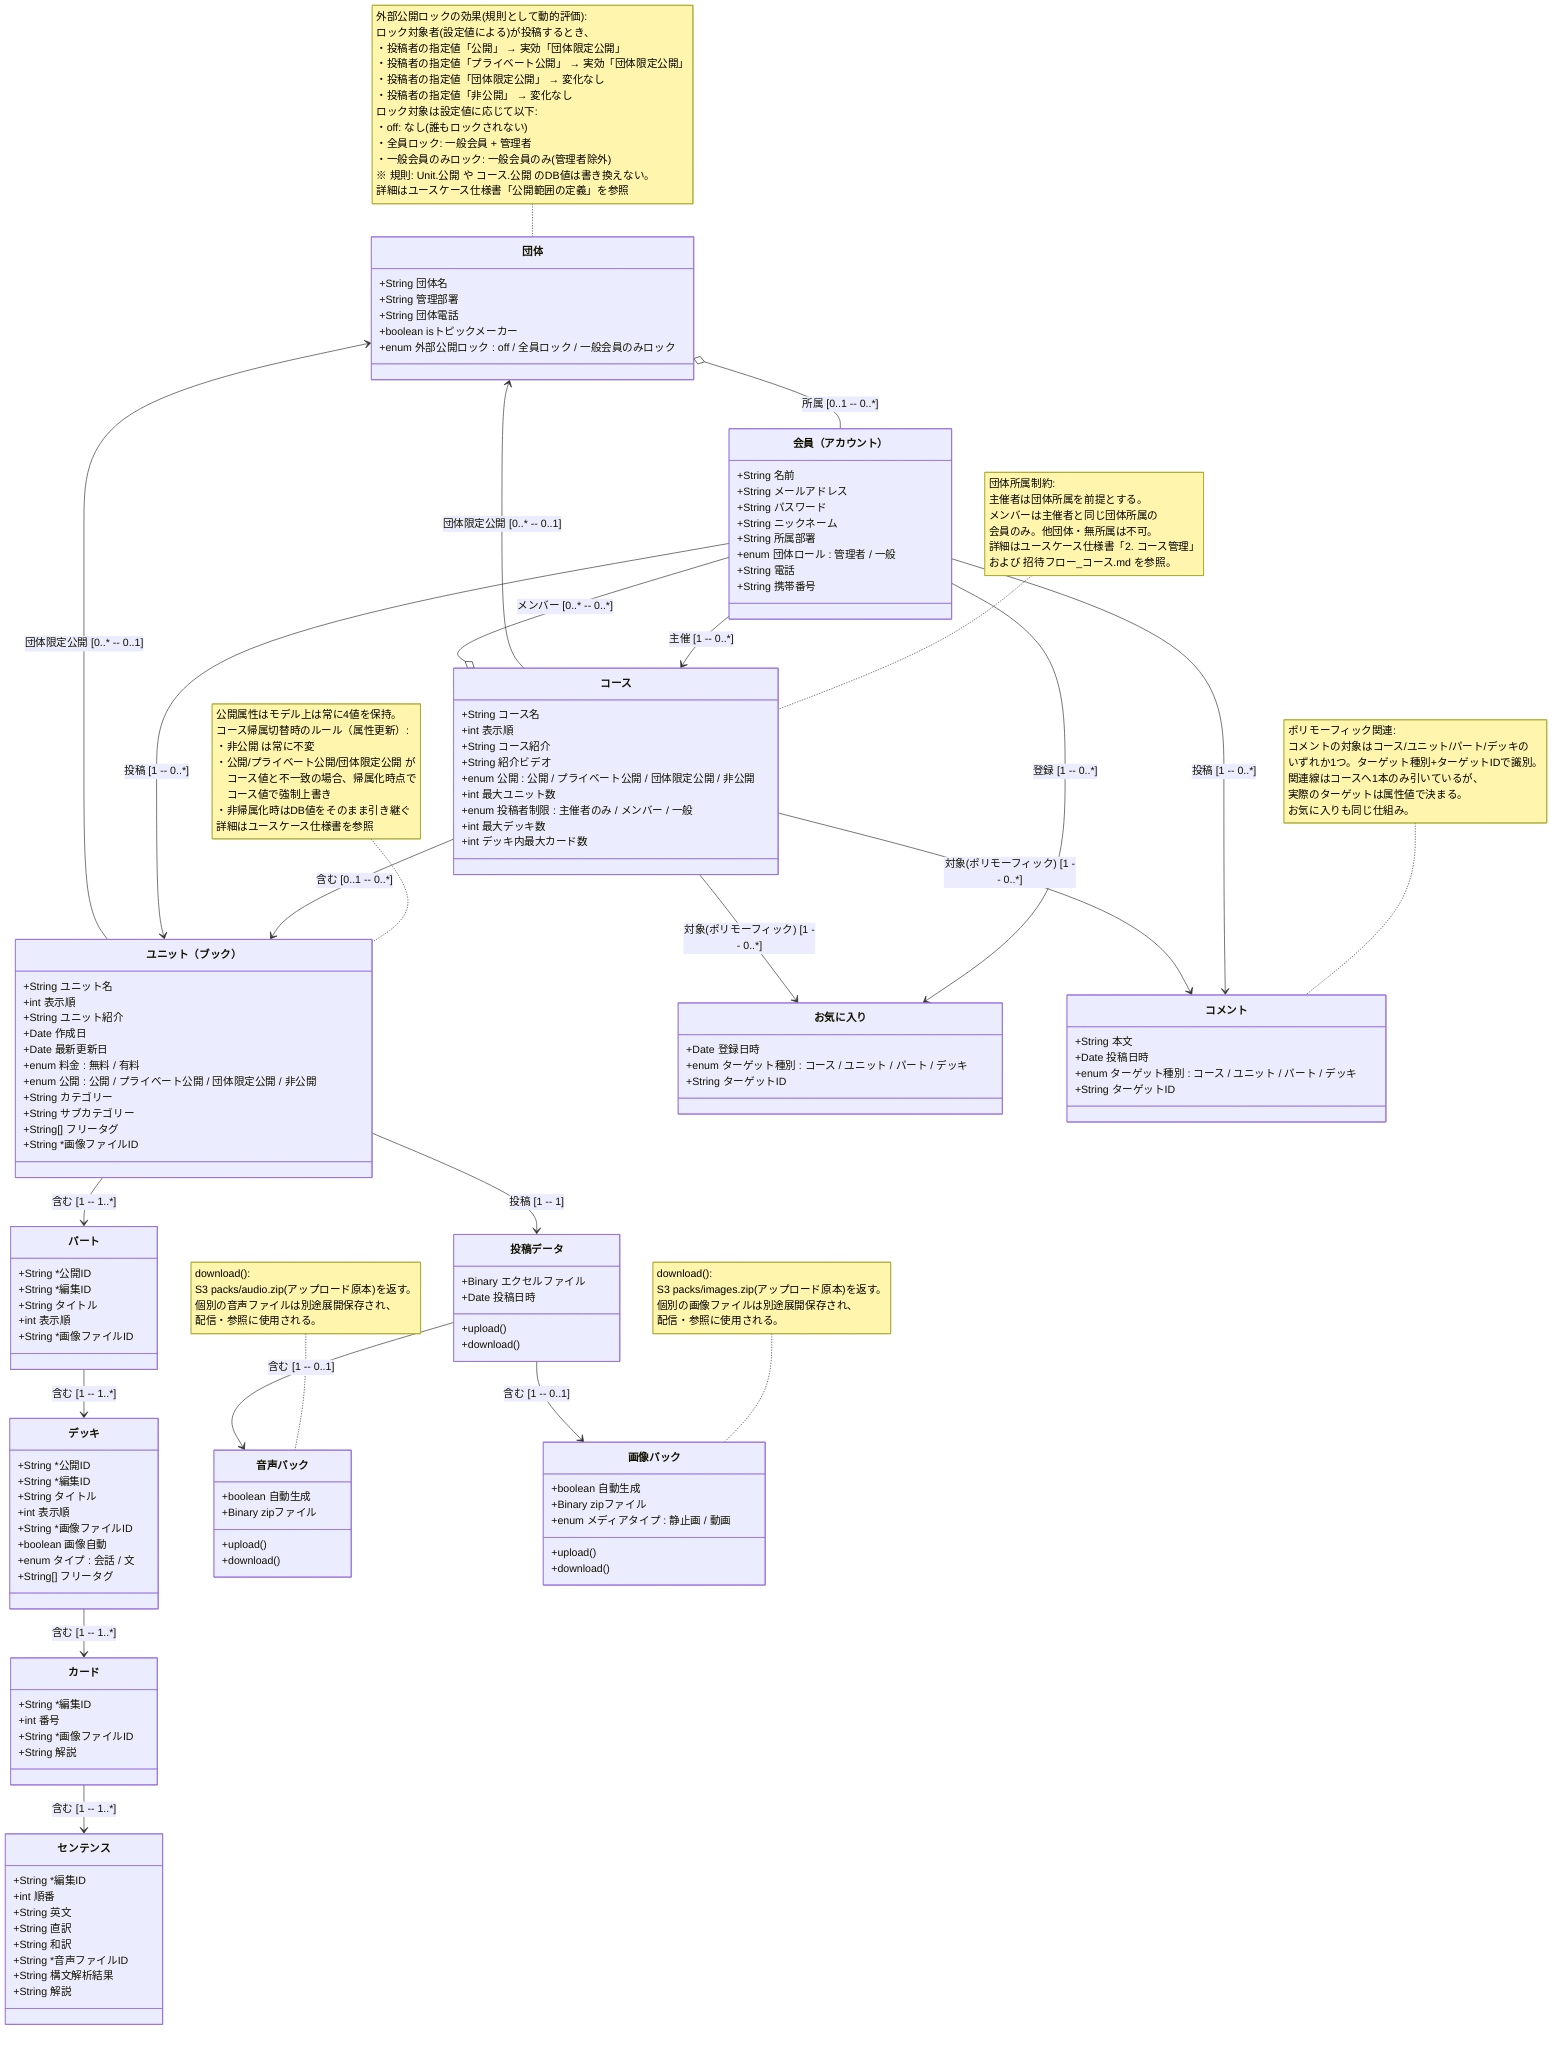
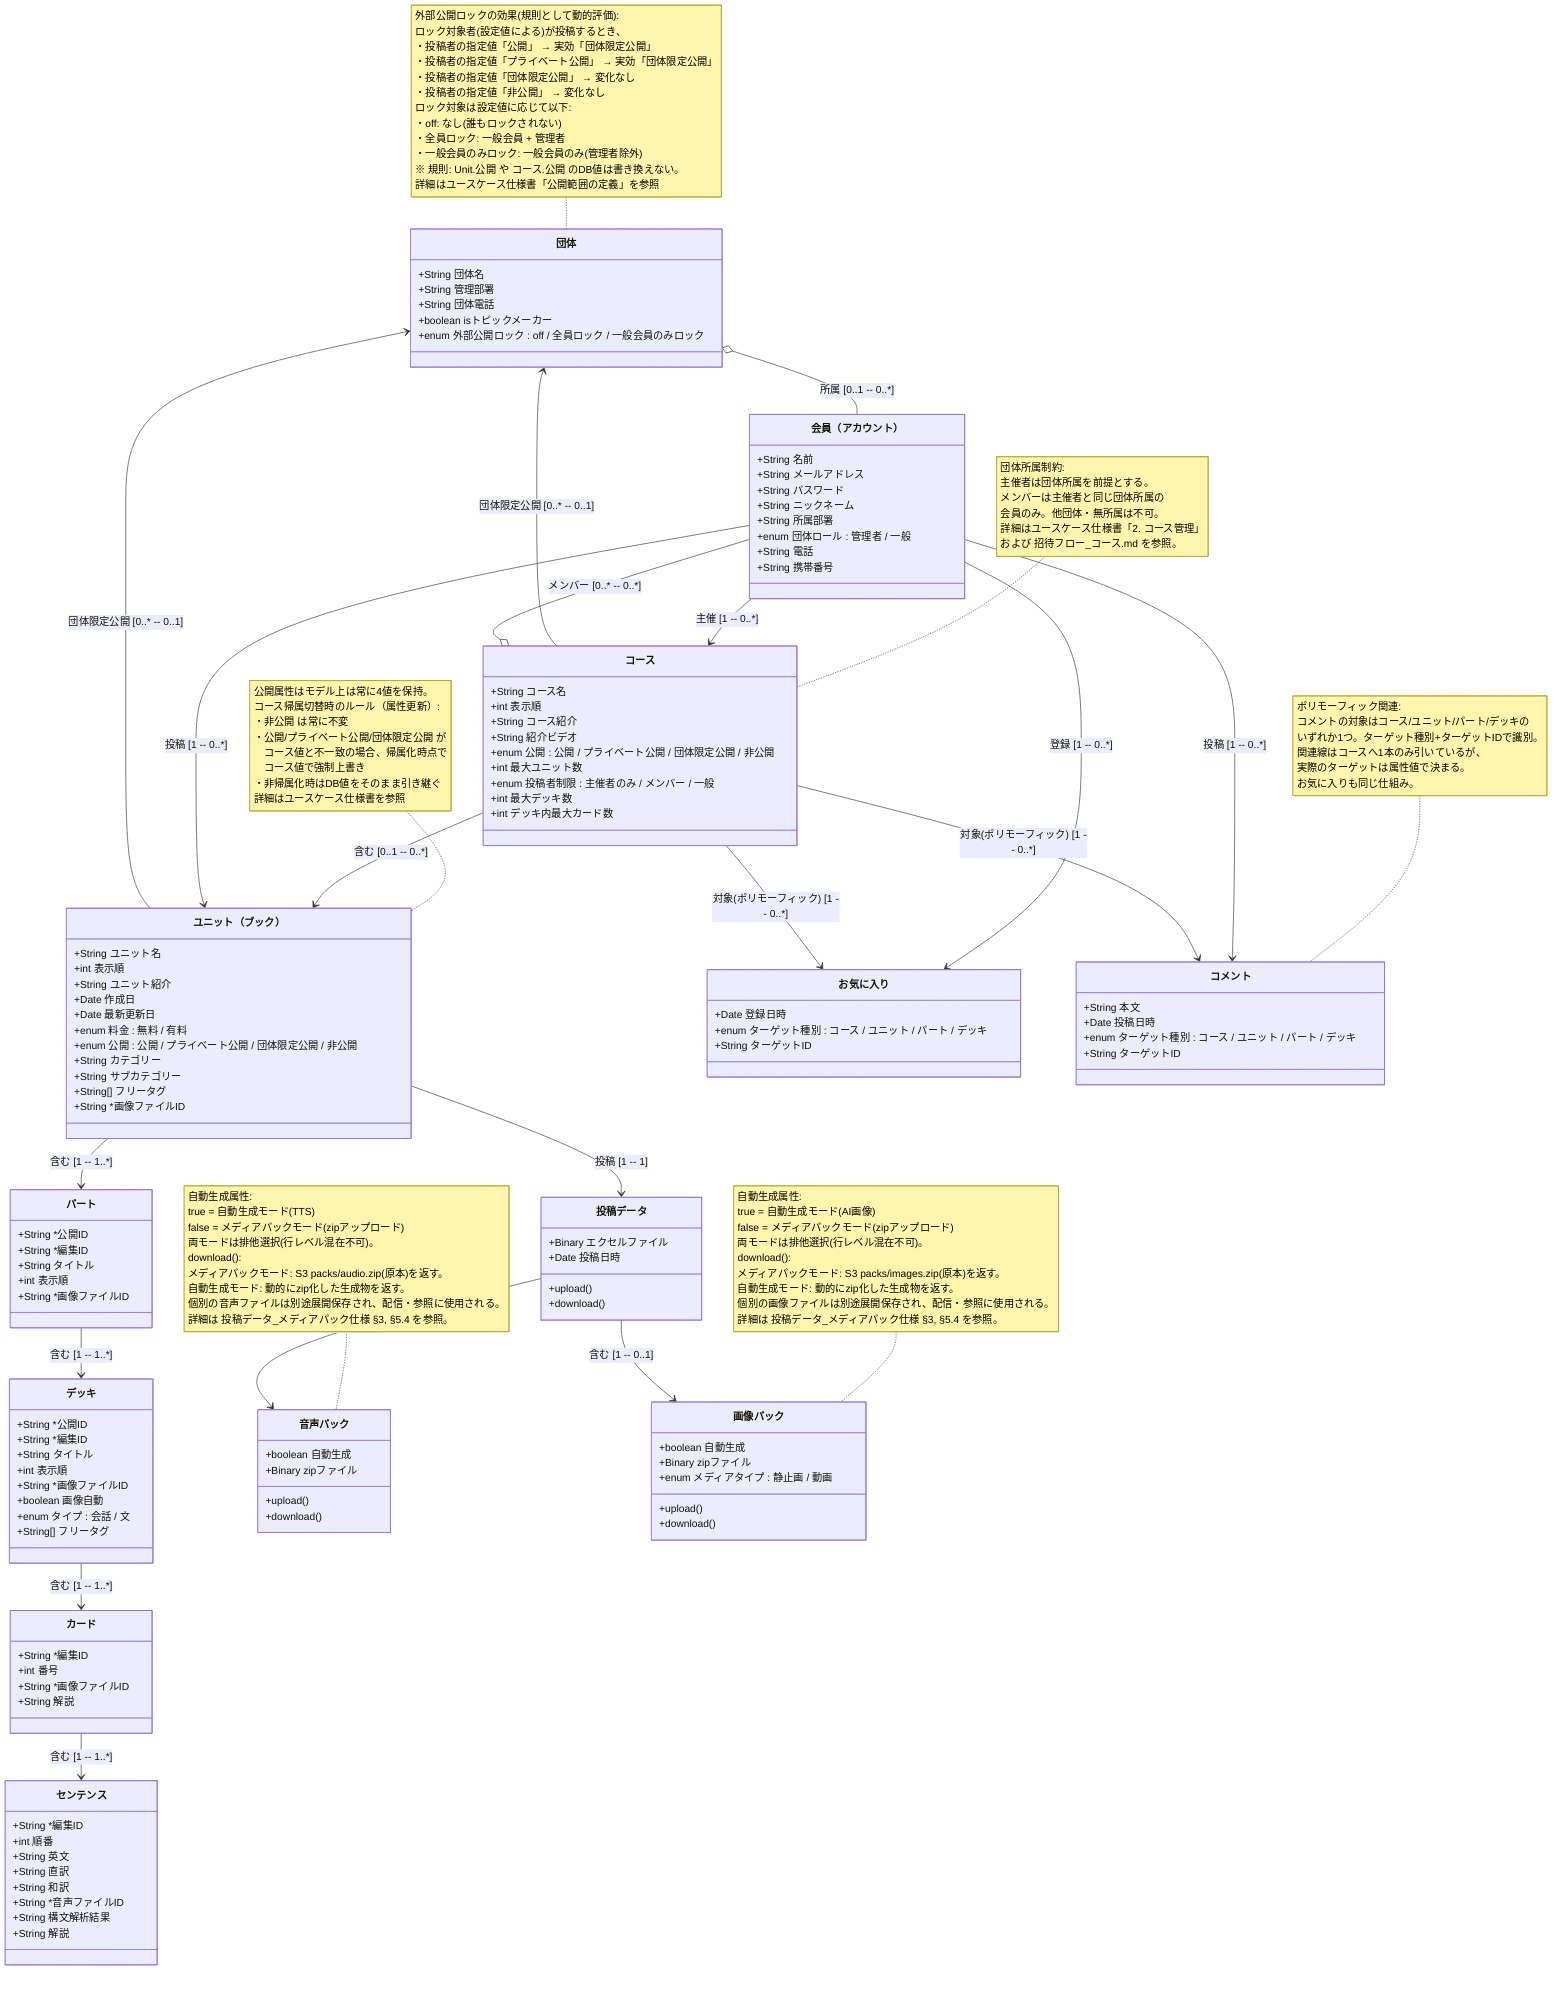
classDiagram
    direction TB

    %% === 設計思想: 属性と規則の区別 ===
    %% 本モデルでは、各クラスの「公開」に関わる仕様について、
    %% 「属性 (attribute)」と「規則 (rule)」を明確に区別する。
    %%
    %% ・属性 (attribute): 実体が常に値を保持する状態。変更操作で
    %%   書き換えられ、参照時にはDB値がそのまま読まれる。例:
    %%   Unit.公開、コース.公開。
    %%
    %% ・規則 (rule): 動的に評価される制約。実体に値は持たず、
    %%   閲覧時・操作時に評価される。例: 団体.外部公開ロック。
    %%
    %% 名称規則: 「ロック」=規則、「公開ステータス/設定」=属性。
    %% 詳細はユースケース仕様書「設計思想: 属性と規則の区別」を参照。

    %% === 団体・会員（アカウント） ===
    %% isトピックメーカー: ちょい英語サービスの運営会社(株式会社
    %% トピックメーカー)を示すフラグ。システム内で唯一、true を
    %% 持つ団体が存在する。true の団体が主催するコースが、
    %% 学習者向けの既存B画面(B-01ホーム等のコース一覧)に
    %% 掲載される。各団体のローカルコース一覧(学習者向け)画面は
    %% 本設計スコープ外。
    %%
    %% isトピックメーカー=true の団体に所属する団体管理者は、
    %% 「運営管理者」と呼ばれ、システム全体に対するスーパーユーザー
    %% 権限を持つ。具体的には他のすべての団体に対して、その団体管理者
    %% と同等の操作(団体情報編集、会員管理、コース・ユニットの介入
    %% 編集、団体削除等)を実行できる。本フェーズでは仕様明記のみで、
    %% 専用画面・実装は将来フェーズ。
    %%
    %% 外部公開ロック: 団体管理者が設定する団体ポリシー。
    %% 当該団体所属メンバーが投稿するコンテンツの実効的な公開状態を
    %% 制限する一方向の保護機能(動機: 秘密保持)。3値 enum:
    %%   ・off: ロックなし(全員自由)
    %%   ・全員ロック: 全メンバーの投稿で「公開」「プライベート公開」
    %%      設定が「団体限定公開」相当に格下げされる
    %%   ・一般会員のみロック: 団体管理者の投稿はロック対象外、
    %%      一般会員の投稿のみ格下げされる(動機: 広報的な教材は
    %%      管理者が直接作成して外部公開する運用に対応)
    %% 一方向ロック: 当該団体メンバーが他団体・無所属会員の投稿を
    %% 閲覧することは制限しない。
    %%
    %% ※ 外部公開ロックは「規則」であり、Unit.公開 や コース.公開
    %%    （いずれも属性）のDB値を書き換えない。閲覧時に動的に
    %%    評価される。属性と規則の区別の詳細はヘッダコメント参照。
    class 団体 {
        +String 団体名
        +String 管理部署
        +String 団体電話
        +boolean isトピックメーカー
        +enum 外部公開ロック : off / 全員ロック / 一般会員のみロック
    }

    note for 団体 "外部公開ロックの効果(規則として動的評価):
ロック対象者(設定値による)が投稿するとき、
・投稿者の指定値「公開」 → 実効「団体限定公開」
・投稿者の指定値「プライベート公開」 → 実効「団体限定公開」
・投稿者の指定値「団体限定公開」 → 変化なし
・投稿者の指定値「非公開」 → 変化なし
ロック対象は設定値に応じて以下:
・off: なし(誰もロックされない)
・全員ロック: 一般会員 + 管理者
・一般会員のみロック: 一般会員のみ(管理者除外)
※ 規則: Unit.公開 や コース.公開 のDB値は書き換えない。
詳細はユースケース仕様書「公開範囲の定義」を参照"

    class Account["会員（アカウント）"] {
        +String 名前
        +String メールアドレス
        +String パスワード
        +String ニックネーム
        +String 所属部署
        +enum 団体ロール : 管理者 / 一般
        +String 電話
        +String 携帯番号
    }

    %% === コース ===
    %% 公開enum: 公開 / プライベート公開(URL知る者のみ) / 団体限定公開 / 非公開
    %% 公開は「属性」: コース帰属切替時はUnit側の公開属性を実体的に
    %% 上書きする(規則ではなく、投稿者の意思を反映する属性更新)。
    %%
    %% 主催者・メンバーの団体所属制約:
    %% コースは主催者の所属団体内における共同作業の場として閉じている。
    %% ・主催者は団体所属を前提とする(無所属会員はコースを作らない)
    %% ・メンバーは主催者と同じ団体に所属する会員のみ
    %% ・他団体所属者・無所属会員はメンバーになれない
    %% ・団体管理者の上位権限としても、この制約は外れない
    %% コースは概念モデル上は団体に直接の関連線を持たないが、主催者
    %% (Account) の所属団体を介して間接的に1団体に紐づく。
    class コース {
        +String コース名
        +int 表示順
        +String コース紹介
        +String 紹介ビデオ
        +enum 公開 : 公開 / プライベート公開 / 団体限定公開 / 非公開
        +int 最大ユニット数
        +enum 投稿者制限 : 主催者のみ / メンバー / 一般
        +int 最大デッキ数
        +int デッキ内最大カード数
    }

    note for コース "団体所属制約:
主催者は団体所属を前提とする。
メンバーは主催者と同じ団体所属の
会員のみ。他団体・無所属は不可。
詳細はユースケース仕様書「2. コース管理」
および 招待フロー_コース.md を参照。"

    %% === ユニット（ブック） ===
    %% 公開enum: 4値。モデル上は常に4値のいずれかを保持する。
    %% ただしコース帰属時は UI側で「公開 / 非公開」のみ選択可
    %% （プライベート公開・団体限定公開の実効範囲はコースから継承）
    %%
    %% コース帰属状態の切替時の公開値の扱い（属性更新）:
    %% - 非公開 は常に不変（コースの値にかかわらず維持）
    %% - 公開 / プライベート公開 / 団体限定公開 がコース値と不一致の
    %%   場合、コース帰属化の時点でコース側の値で強制上書きする
    %% - 非帰属化の時点では、DB値をそのまま引き継ぐ（UIは4値に切替）
    %% 詳細はユースケース仕様書「公開範囲の定義」を参照
    class Unit["ユニット（ブック）"] {
        +String ユニット名
        +int 表示順
        +String ユニット紹介
        +Date 作成日
        +Date 最新更新日
        +enum 料金 : 無料 / 有料
        +enum 公開 : 公開 / プライベート公開 / 団体限定公開 / 非公開
        +String カテゴリー
        +String サブカテゴリー
        +String[] フリータグ
        +String *画像ファイルID
    }

    note for Unit "公開属性はモデル上は常に4値を保持。
コース帰属切替時のルール（属性更新）:
・非公開 は常に不変
・公開/プライベート公開/団体限定公開 が
　コース値と不一致の場合、帰属化時点で
　コース値で強制上書き
・非帰属化時はDB値をそのまま引き継ぐ
詳細はユースケース仕様書を参照"

    %% === 教材階層: ユニット（ブック） > パート > デッキ > カード > センテンス ===
    %% 注: 「ちょい英語ミニブック」では1ユニット=1パート固定（UI非露出）
    %%
    %% IDの二系統:
    %% ・公開ID: URL用、外部公開される識別子。パート・デッキのみが持つ。
    %%   学習者向けB画面でURLパスとして使用される。
    %% ・編集ID: 投稿データ（エクセル）の行同定用、内部のみで使用。
    %%   パート・デッキ・カード・センテンスの全階層が持つ。
    %%   投稿データ更新時の create / update 判定に用いる。
    %% 詳細はユースケース仕様書および 投稿データ_メディアパック仕様 を参照。
    class パート {
        +String *公開ID
        +String *編集ID
        +String タイトル
        +int 表示順
        +String *画像ファイルID
    }

    class デッキ {
        +String *公開ID
        +String *編集ID
        +String タイトル
        +int 表示順
        +String *画像ファイルID
        +boolean 画像自動
        +enum タイプ : 会話 / 文
        +String[] フリータグ
    }

    %% === お気に入り・コメント（ポリモーフィック関連） ===
    %% お気に入り/コメントの対象はコース/ユニット/パート/デッキの
    %% いずれか1つ。ターゲット種別 enum とターゲットID 属性により
    %% 識別する。概念モデル上は「コース」への関連線1本で代表させ、
    %% 実際のターゲットはターゲット種別属性で解釈する。
    class お気に入り {
        +Date 登録日時
        +enum ターゲット種別 : コース / ユニット / パート / デッキ
        +String ターゲットID
    }

    class コメント {
        +String 本文
        +Date 投稿日時
        +enum ターゲット種別 : コース / ユニット / パート / デッキ
        +String ターゲットID
    }

    note for コメント "ポリモーフィック関連:
コメントの対象はコース/ユニット/パート/デッキの
いずれか1つ。ターゲット種別+ターゲットIDで識別。
関連線はコースへ1本のみ引いているが、
実際のターゲットは属性値で決まる。
お気に入りも同じ仕組み。"

    class カード {
        +String *編集ID
        +int 番号
        +String *画像ファイルID
        +String 解説
    }

    class センテンス {
        +String *編集ID
        +int 順番
        +String 英文
        +String 直訳
        +String 和訳
        +String *音声ファイルID
        +String 構文解析結果
        +String 解説
    }

    %% === 投稿データ・メディアパック ===
    %% メディアパックは zip ファイル単位の一括差し替え方式。
    %% アップロードされた zip 原本は S3 の packs/ 配下に保存され、
    %% download() メソッドはこの原本を返す。
    %% 個別の音声・画像ファイルは zip を展開して別途配置される
    %% （配信・参照用）。詳細は 投稿データ_メディアパック仕様 を参照。
    class 投稿データ {
        +Binary エクセルファイル
        +Date 投稿日時
        +upload()
        +download()
    }

    class 音声パック {
        +boolean 自動生成
        +Binary zipファイル
        +upload()
        +download()
    }

-     note for 音声パック "download():
- S3 packs/audio.zip(アップロード原本)を返す。
- 個別の音声ファイルは別途展開保存され、
- 配信・参照に使用される。"
+     note for 音声パック "自動生成属性:
+ true  = 自動生成モード(TTS)
+ false = メディアパックモード(zipアップロード)
+ 両モードは排他選択(行レベル混在不可)。
+ 
+ download():
+ メディアパックモード: S3 packs/audio.zip(原本)を返す。
+ 自動生成モード: 動的にzip化した生成物を返す。
+ 個別の音声ファイルは別途展開保存され、配信・参照に使用される。
+ 詳細は 投稿データ_メディアパック仕様 §3, §5.4 を参照。"

    class 画像パック {
        +boolean 自動生成
        +Binary zipファイル
        +enum メディアタイプ : 静止画 / 動画
        +upload()
        +download()
    }

-     note for 画像パック "download():
- S3 packs/images.zip(アップロード原本)を返す。
- 個別の画像ファイルは別途展開保存され、
- 配信・参照に使用される。"
+     note for 画像パック "自動生成属性:
+ true  = 自動生成モード(AI画像)
+ false = メディアパックモード(zipアップロード)
+ 両モードは排他選択(行レベル混在不可)。
+ 
+ download():
+ メディアパックモード: S3 packs/images.zip(原本)を返す。
+ 自動生成モード: 動的にzip化した生成物を返す。
+ 個別の画像ファイルは別途展開保存され、配信・参照に使用される。
+ 詳細は 投稿データ_メディアパック仕様 §3, §5.4 を参照。"

    %% === リレーション ===

    %% 団体 ◇-- 会員（アカウント）（集約）
    団体 o-- Account : 所属 [0..1 -- 0..*]

    %% 団体限定公開の対象団体（コース / ユニット → 団体）
    %% 「団体限定公開」enum選択時に参照先の団体を特定するための関連。
    %% 対象団体は **主催者(コース)または投稿者(ユニット)の所属団体に
    %% 自動固定** される(任意団体は指定不可)。1会員1団体制約により
    %% 対象団体は一意に確定するため、UI上は参照表示のみ。
    %% 詳細はユースケース仕様書「公開範囲の定義 / 「団体限定公開」の
    %% 対象団体」セクションを参照。
    コース --> 団体 : 団体限定公開 [0..* -- 0..1]
    Unit --> 団体 : 団体限定公開 [0..* -- 0..1]

    %% 会員（アカウント） → コース
    Account --> コース : 主催 [1 -- 0..*]
    コース o-- Account : メンバー [0..* -- 0..*]

    %% コース → ユニット（ブック）
    %% ユニットは高々1つのコースに所属（複数コース所属は不可）
    コース --> Unit : 含む [0..1 -- 0..*]

    %% 会員（アカウント） → ユニット（ブック）
    Account --> Unit : 投稿 [1 -- 0..*]

    %% 教材階層構造
    Unit --> パート : 含む [1 -- 1..*]
    パート --> デッキ : 含む [1 -- 1..*]
    デッキ --> カード : 含む [1 -- 1..*]
    カード --> センテンス : 含む [1 -- 1..*]

    %% お気に入り・コメント（ポリモーフィック関連）
    %% 関連線はコースに対して1本ずつ引くが、実際のターゲットは
    %% ターゲット種別属性で識別される(コース/ユニット/パート/デッキ)
    Account --> お気に入り : 登録 [1 -- 0..*]
    コース --> お気に入り : 対象(ポリモーフィック) [1 -- 0..*]
    Account --> コメント : 投稿 [1 -- 0..*]
    コース --> コメント : 対象(ポリモーフィック) [1 -- 0..*]

    %% 投稿データ・メディア
    Unit --> 投稿データ : 投稿 [1 -- 1]
    投稿データ --> 音声パック : 含む [1 -- 0..1]
    投稿データ --> 画像パック : 含む [1 -- 0..1]
